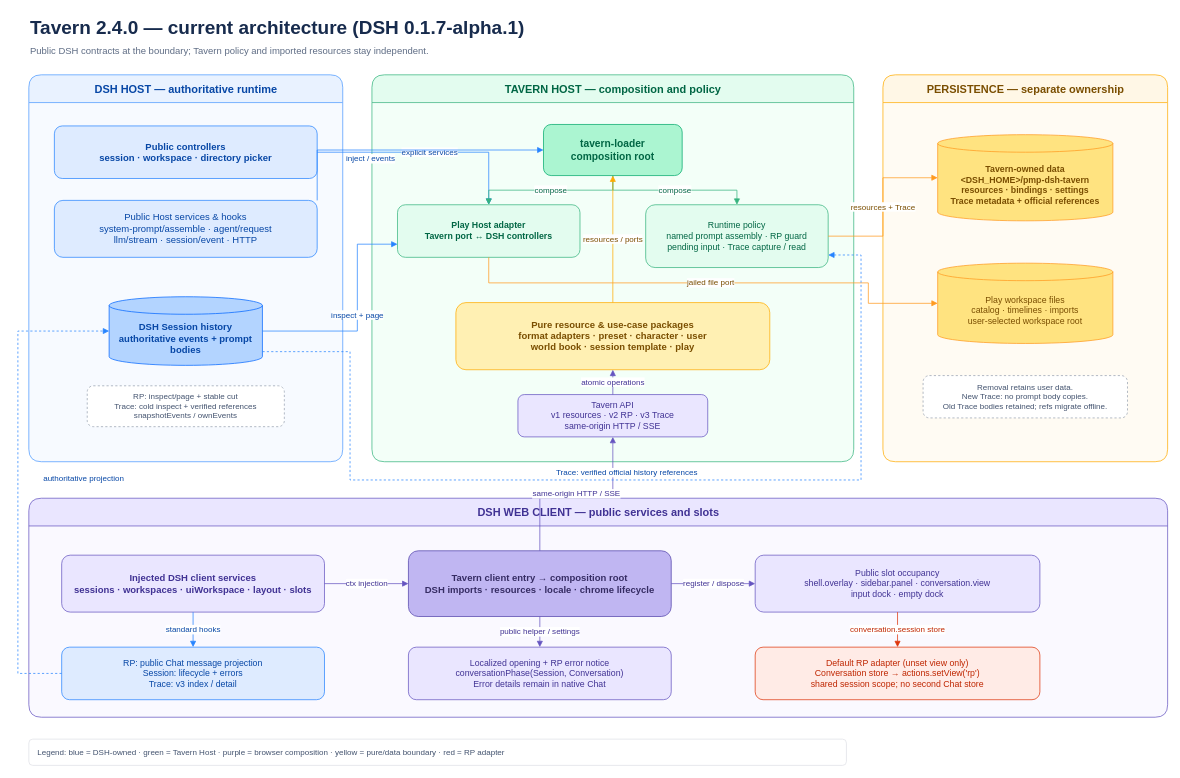
Player-MINEPIG/dsh-tavern keeps this draw.io diagram as docs/assets/dsh-tavern-architecture.drawio. Above is the earlier version. Source tidied: cells renumbered, new cells numbered last; positions are measured from the earlier drawing's top-left corner, leaving out a move shared by most shapes. Both pictures are drawn from the tidied source at 73%, with x=0, y=0 at pixel (18, 12).
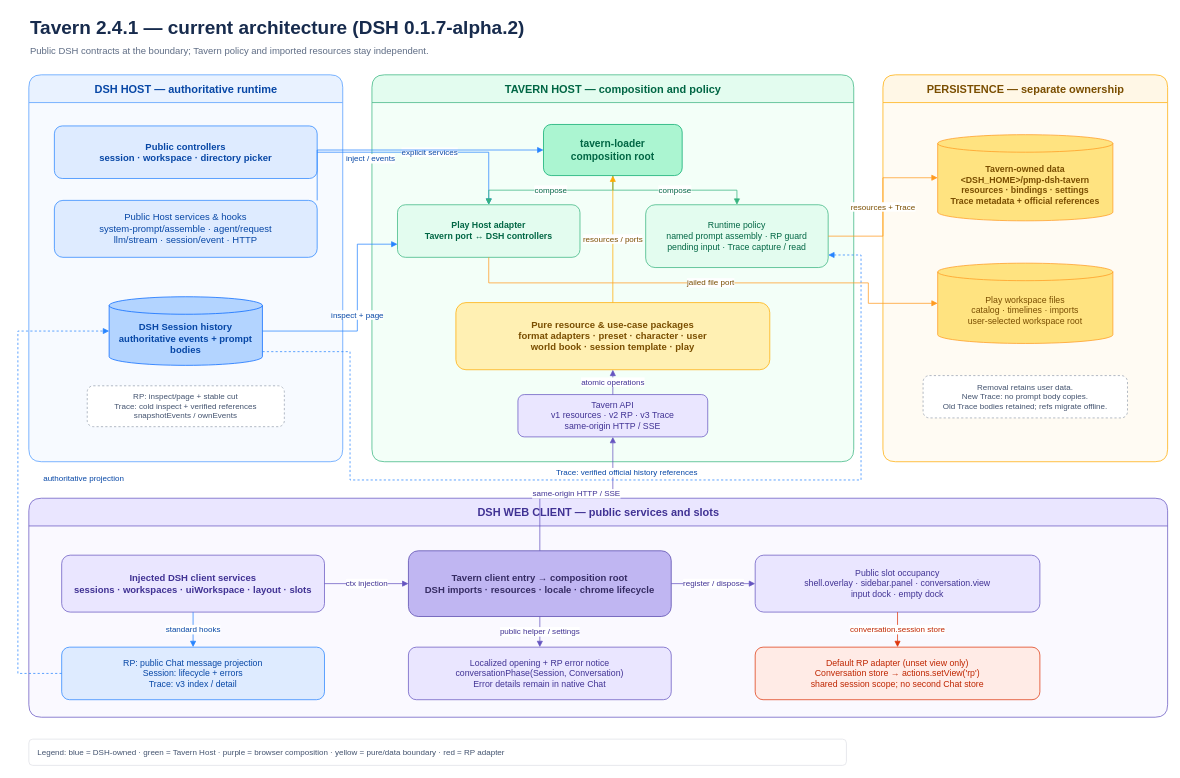
After the change.

The edit, as a diff of the source:
```diff
@@
-    <mxCell id="2" value="Tavern 2.4.0 — current architecture (DSH 0.1.7-alpha.1)" style="text;html=1;strokeColor=none;fillColor=none;align=left;verticalAlign=middle;fontSize=26;fontStyle=1;fontColor=#172B4D;" parent="1" vertex="1">
+    <mxCell id="2" value="Tavern 2.4.1 — current architecture (DSH 0.1.7-alpha.2)" style="text;html=1;strokeColor=none;fillColor=none;align=left;verticalAlign=middle;fontSize=26;fontStyle=1;fontColor=#172B4D;" parent="1" vertex="1">
       <mxGeometry x="15" width="1040" height="40" as="geometry" />
     </mxCell>
```
